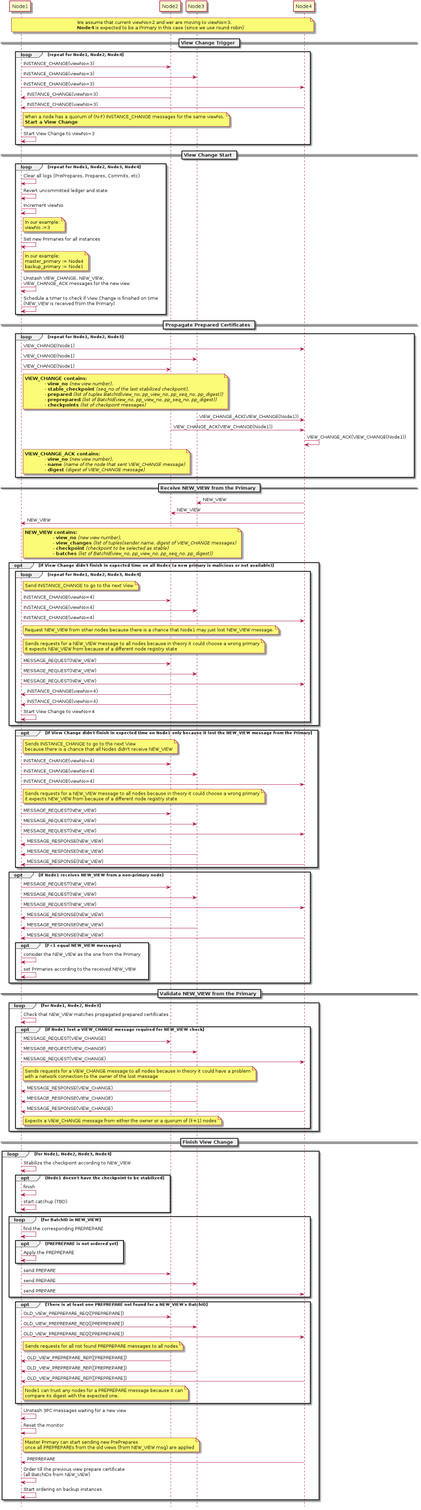
This is docs/source/diagrams/pbft-view-change.png from hyperledger/indy-plenum, a PlantUML export, as it was before one commit.
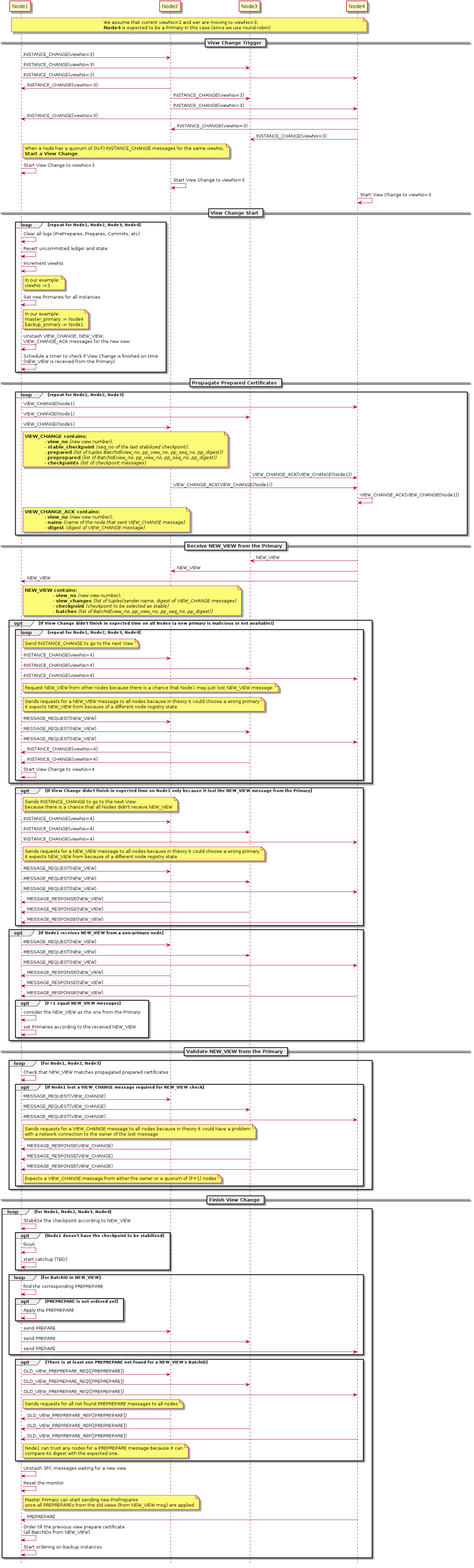
The same diagram one commit later.

Commit message:
INDY-2313: Minor updates to TAA and view change docs

Diff of the diagram source:
```diff
@@ -14,21 +14,26 @@
 
 == View Change Trigger ==
 
-loop repeat for Node1, Node2, Node4
-    Node1 -> Node2: INSTANCE_CHANGE(viewNo=3)
-    Node1 -> Node3: INSTANCE_CHANGE(viewNo=3)
-    Node1 -> Node4: INSTANCE_CHANGE(viewNo=3)
+Node1 -> Node2: INSTANCE_CHANGE(viewNo=3)
+Node1 -> Node3: INSTANCE_CHANGE(viewNo=3)
+Node1 -> Node4: INSTANCE_CHANGE(viewNo=3)
 
-    Node2 -> Node1: INSTANCE_CHANGE(viewNo=3)
-    Node4 -> Node1: INSTANCE_CHANGE(viewNo=3)
+Node2 -> Node1: INSTANCE_CHANGE(viewNo=3)
+Node2 -> Node3: INSTANCE_CHANGE(viewNo=3)
+Node2 -> Node4: INSTANCE_CHANGE(viewNo=3)
 
-    note right Node1
-        When a node has a quorum of (N-F) INSTANCE_CHANGE messages for the same viewNo,
-        <b>Start a View Change</b>
-    end note
+Node4 -> Node1: INSTANCE_CHANGE(viewNo=3)
+Node4 -> Node2: INSTANCE_CHANGE(viewNo=3)
+Node4 -> Node3: INSTANCE_CHANGE(viewNo=3)
 
-    Node1 -> Node1: Start View Change to viewNo=3
-end loop
+note right Node1
+    When a node has a quorum of (N-F) INSTANCE_CHANGE messages for the same viewNo,
+    <b>Start a View Change</b>
+end note
+
+Node1 -> Node1: Start View Change to viewNo=3
+Node2 -> Node2: Start View Change to viewNo=3
+Node4 -> Node4: Start View Change to viewNo=3
 
 
 
```
